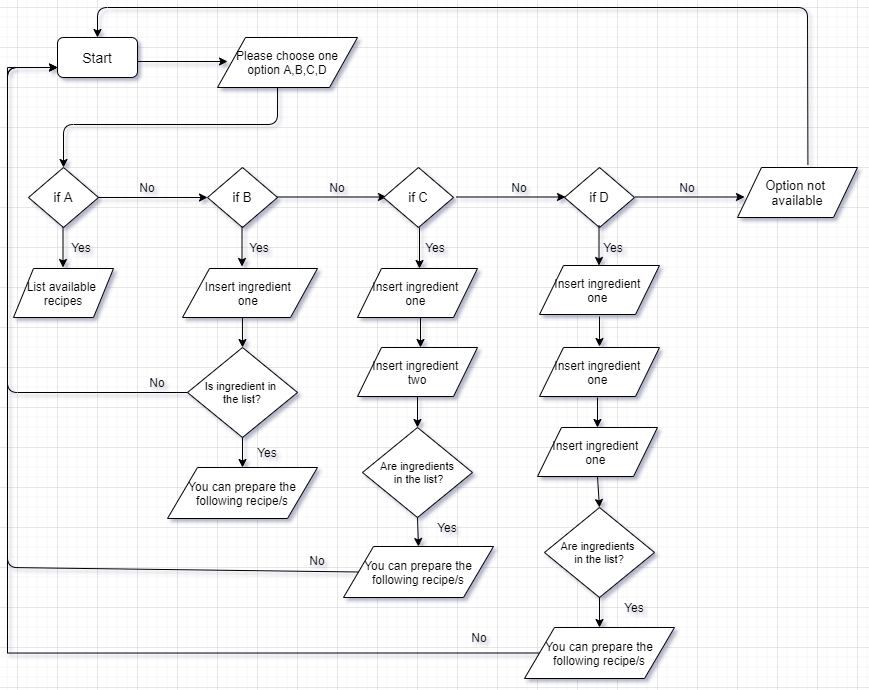
This is flowchart_recipe_cooking_app.png from LuzMarySantiago/Cooking-Recipe-App, a draw.io export, as it was before one commit. Source tidied: cells renumbered, new cells last; positions are measured from the earlier drawing's top-left corner, leaving out a move shared by most shapes.
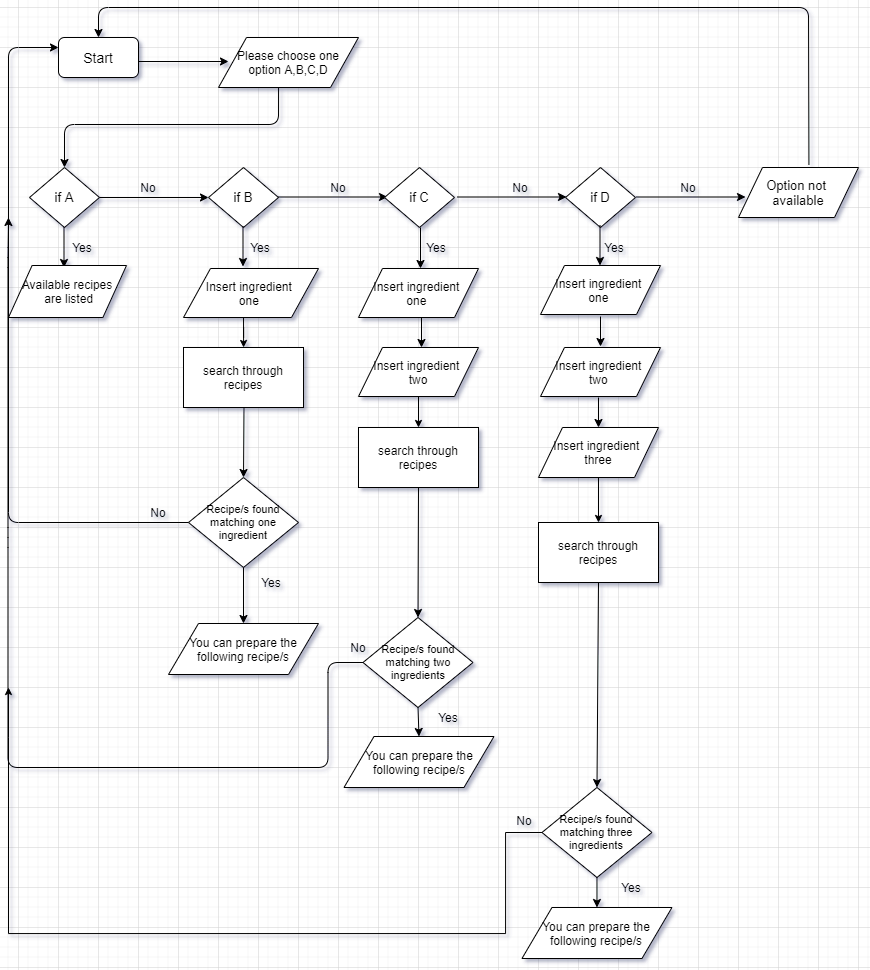
The same diagram one commit later.

Commit message:
Corrected flowchart

The edit, as a diff of the source:
```diff
@@ -31,8 +31,8 @@
         <mxPoint x="55.5" y="260" as="targetPoint" />
       </mxGeometry>
     </mxCell>
-    <mxCell id="8" value="List available &lt;br&gt;recipes" style="shape=parallelogram;perimeter=parallelogramPerimeter;whiteSpace=wrap;html=1;" parent="1" vertex="1">
-      <mxGeometry x="6" y="261" width="100" height="49" as="geometry" />
+    <mxCell id="8" value="Available recipes&lt;br&gt;&amp;nbsp;are listed" style="shape=parallelogram;perimeter=parallelogramPerimeter;whiteSpace=wrap;html=1;" parent="1" vertex="1">
+      <mxGeometry y="258" width="118" height="52" as="geometry" />
     </mxCell>
     <mxCell id="9" style="endArrow=classic;html=1;exitX=1;exitY=0.5;exitDx=0;exitDy=0;" parent="1" edge="1" source="6">
       <mxGeometry relative="1" as="geometry">
@@ -78,6 +78,11 @@
         <mxPoint x="591.5" y="258" as="targetPoint" />
       </mxGeometry>
     </mxCell>
+    <mxCell id="59" style="edgeStyle=orthogonalEdgeStyle;rounded=0;jettySize=auto;html=1;endSize=5;fontSize=13;" parent="1" edge="1" target="64">
+      <mxGeometry relative="1" as="geometry">
+        <mxPoint x="235" y="310" as="sourcePoint" />
+      </mxGeometry>
+    </mxCell>
     <mxCell id="18" value="Insert ingredient &lt;br&gt;one&amp;nbsp;" style="shape=parallelogram;perimeter=parallelogramPerimeter;whiteSpace=wrap;html=1;align=center;" parent="1" vertex="1">
       <mxGeometry x="175" y="261" width="135" height="49" as="geometry" />
     </mxCell>
@@ -99,14 +104,20 @@
     <mxCell id="24" value="No" style="text;html=1;strokeColor=none;fillColor=none;align=center;verticalAlign=middle;whiteSpace=wrap;rounded=0;fontSize=12;" parent="1" vertex="1">
       <mxGeometry x="660" y="170" width="40" height="20" as="geometry" />
     </mxCell>
+    <mxCell id="60" style="edgeStyle=orthogonalEdgeStyle;rounded=0;jettySize=auto;html=1;entryX=0.5;entryY=0;entryDx=0;entryDy=0;endSize=5;fontSize=13;" parent="1" edge="1" source="25" target="65">
+      <mxGeometry relative="1" as="geometry" />
+    </mxCell>
     <mxCell id="25" value="Insert ingredient &lt;br&gt;two" style="shape=parallelogram;perimeter=parallelogramPerimeter;whiteSpace=wrap;html=1;align=center;" parent="1" vertex="1">
       <mxGeometry x="350" y="340" width="120" height="49" as="geometry" />
     </mxCell>
-    <mxCell id="26" value="Insert ingredient &lt;br&gt;one&amp;nbsp;" style="shape=parallelogram;perimeter=parallelogramPerimeter;whiteSpace=wrap;html=1;align=center;" parent="1" vertex="1">
+    <mxCell id="26" value="Insert ingredient &lt;br&gt;two&amp;nbsp;" style="shape=parallelogram;perimeter=parallelogramPerimeter;whiteSpace=wrap;html=1;align=center;" parent="1" vertex="1">
       <mxGeometry x="532" y="340" width="120" height="49" as="geometry" />
     </mxCell>
+    <mxCell id="61" style="edgeStyle=orthogonalEdgeStyle;rounded=0;jettySize=auto;html=1;entryX=0.5;entryY=0;entryDx=0;entryDy=0;endSize=5;fontSize=13;" parent="1" edge="1" source="27" target="66">
+      <mxGeometry relative="1" as="geometry" />
+    </mxCell>
-    <mxCell id="27" value="Insert ingredient &lt;br&gt;one&amp;nbsp;" style="shape=parallelogram;perimeter=parallelogramPerimeter;whiteSpace=wrap;html=1;align=center;" parent="1" vertex="1">
-      <mxGeometry x="530" y="420" width="120" height="49" as="geometry" />
+    <mxCell id="27" value="Insert ingredient &lt;br&gt;three" style="shape=parallelogram;perimeter=parallelogramPerimeter;whiteSpace=wrap;html=1;align=center;" parent="1" vertex="1">
+      <mxGeometry x="530" y="420" width="120" height="50" as="geometry" />
     </mxCell>
     <mxCell id="28" style="endArrow=classic;html=1;fontSize=12;" parent="1" edge="1">
       <mxGeometry relative="1" as="geometry">
@@ -143,91 +154,88 @@
     <mxCell id="35" value="Yes" style="text;html=1;strokeColor=none;fillColor=none;align=center;verticalAlign=middle;whiteSpace=wrap;rounded=0;fontSize=12;" parent="1" vertex="1">
       <mxGeometry x="586" y="230" width="40" height="20" as="geometry" />
     </mxCell>
-    <mxCell id="36" value="Is ingredient in &lt;br&gt;the list?" style="rhombus;whiteSpace=wrap;html=1;fontSize=11;" parent="1" vertex="1">
-      <mxGeometry x="180" y="340" width="110" height="90" as="geometry" />
+    <mxCell id="36" value="Recipe/s found matching one ingredient" style="rhombus;whiteSpace=wrap;html=1;fontSize=11;" parent="1" vertex="1">
+      <mxGeometry x="180" y="470" width="110" height="90" as="geometry" />
     </mxCell>
-    <mxCell id="37" value="Are ingredients&lt;br&gt;&amp;nbsp;in the list?" style="rhombus;whiteSpace=wrap;html=1;fontSize=11;" parent="1" vertex="1">
-      <mxGeometry x="355" y="420" width="110" height="90" as="geometry" />
+    <mxCell id="37" value="Recipe/s found matching two ingredients" style="rhombus;whiteSpace=wrap;html=1;fontSize=11;" parent="1" vertex="1">
+      <mxGeometry x="354.5" y="610" width="110" height="90" as="geometry" />
     </mxCell>
-    <mxCell id="38" value="Are ingredients &lt;br&gt;in the list?" style="rhombus;whiteSpace=wrap;html=1;fontSize=11;" parent="1" vertex="1">
-      <mxGeometry x="537" y="500" width="110" height="90" as="geometry" />
+    <mxCell id="38" value="&lt;span&gt;Recipe/s found matching three ingredients&lt;/span&gt;" style="rhombus;whiteSpace=wrap;html=1;fontSize=11;" parent="1" vertex="1">
+      <mxGeometry x="533.5" y="780" width="110" height="90" as="geometry" />
     </mxCell>
-    <mxCell id="39" style="endArrow=classic;html=1;fontSize=11;exitX=0.444;exitY=1;exitDx=0;exitDy=0;entryX=0.5;entryY=0;entryDx=0;entryDy=0;exitPerimeter=0;" parent="1" edge="1" source="18" target="36">
-      <mxGeometry relative="1" as="geometry" />
+    <mxCell id="39" style="endArrow=classic;html=1;fontSize=11;entryX=0.5;entryY=0;entryDx=0;entryDy=0;" parent="1" edge="1" target="36">
+      <mxGeometry relative="1" as="geometry">
+        <mxPoint x="235.5" y="400" as="sourcePoint" />
+      </mxGeometry>
     </mxCell>
-    <mxCell id="40" style="endArrow=classic;html=1;fontSize=11;exitX=0.5;exitY=1;exitDx=0;exitDy=0;entryX=0.5;entryY=0;entryDx=0;entryDy=0;" parent="1" edge="1" source="25" target="37">
+    <mxCell id="40" style="endArrow=classic;html=1;fontSize=11;entryX=0.5;entryY=0;entryDx=0;entryDy=0;exitX=0.5;exitY=1;exitDx=0;exitDy=0;" parent="1" edge="1" source="65" target="37">
       <mxGeometry relative="1" as="geometry" />
     </mxCell>
-    <mxCell id="41" style="endArrow=classic;html=1;fontSize=11;exitX=0.5;exitY=1;exitDx=0;exitDy=0;entryX=0.5;entryY=0;entryDx=0;entryDy=0;" parent="1" edge="1" source="27" target="38">
+    <mxCell id="41" style="endArrow=classic;html=1;fontSize=11;entryX=0.5;entryY=0;entryDx=0;entryDy=0;exitX=0.5;exitY=1;exitDx=0;exitDy=0;" parent="1" edge="1" source="66" target="38">
       <mxGeometry relative="1" as="geometry" />
     </mxCell>
-    <mxCell id="42" style="endArrow=classic;html=1;fontSize=11;exitX=0.5;exitY=1;exitDx=0;exitDy=0;" parent="1" edge="1" source="36">
-      <mxGeometry relative="1" as="geometry">
-        <mxPoint x="235" y="460" as="targetPoint" />
-      </mxGeometry>
+    <mxCell id="42" style="endArrow=classic;html=1;fontSize=11;exitX=0.5;exitY=1;exitDx=0;exitDy=0;entryX=0.5;entryY=0;entryDx=0;entryDy=0;" parent="1" edge="1" source="36" target="43">
+      <mxGeometry relative="1" as="geometry" />
     </mxCell>
     <mxCell id="43" value="You can prepare the following recipe/s" style="shape=parallelogram;perimeter=parallelogramPerimeter;whiteSpace=wrap;html=1;align=center;" parent="1" vertex="1">
-      <mxGeometry x="160" y="460" width="150" height="51" as="geometry" />
+      <mxGeometry x="160" y="616" width="150" height="51" as="geometry" />
     </mxCell>
-    <mxCell id="44" style="endArrow=classic;html=1;fontSize=11;exitX=0;exitY=0.5;exitDx=0;exitDy=0;" parent="1" edge="1" source="36">
+    <mxCell id="44" style="endArrow=classic;html=1;fontSize=11;exitX=0;exitY=0.5;exitDx=0;exitDy=0;entryX=0;entryY=0.25;entryDx=0;entryDy=0;" parent="1" edge="1" source="36" target="2">
       <mxGeometry relative="1" as="geometry">
-        <mxPoint x="50" y="60" as="targetPoint" />
         <Array as="points">
-          <mxPoint y="385" />
-          <mxPoint y="60" />
+          <mxPoint y="515" />
+          <mxPoint y="40" />
         </Array>
       </mxGeometry>
     </mxCell>
     <mxCell id="45" value="Yes" style="text;html=1;strokeColor=none;fillColor=none;align=center;verticalAlign=middle;whiteSpace=wrap;rounded=0;fontSize=12;" parent="1" vertex="1">
-      <mxGeometry x="240" y="434.5" width="40" height="20" as="geometry" />
+      <mxGeometry x="242.5" y="564.5" width="40" height="20" as="geometry" />
     </mxCell>
     <mxCell id="46" value="No" style="text;html=1;strokeColor=none;fillColor=none;align=center;verticalAlign=middle;whiteSpace=wrap;rounded=0;fontSize=12;" parent="1" vertex="1">
-      <mxGeometry x="130" y="365" width="40" height="20" as="geometry" />
+      <mxGeometry x="130" y="495" width="40" height="20" as="geometry" />
     </mxCell>
     <mxCell id="47" value="You can prepare the following recipe/s" style="shape=parallelogram;perimeter=parallelogramPerimeter;whiteSpace=wrap;html=1;align=center;" parent="1" vertex="1">
-      <mxGeometry x="336" y="539" width="150" height="51" as="geometry" />
+      <mxGeometry x="335.5" y="729" width="150" height="51" as="geometry" />
     </mxCell>
     <mxCell id="48" style="endArrow=classic;html=1;fontSize=11;exitX=0.5;exitY=1;exitDx=0;exitDy=0;entryX=0.5;entryY=0;entryDx=0;entryDy=0;" parent="1" edge="1" source="37" target="47">
       <mxGeometry relative="1" as="geometry" />
     </mxCell>
-    <mxCell id="49" style="endArrow=classic;html=1;fontSize=11;exitX=0;exitY=0.5;exitDx=0;exitDy=0;" parent="1" edge="1" source="47">
+    <mxCell id="49" style="endArrow=classic;html=1;fontSize=11;exitX=0;exitY=0.5;exitDx=0;exitDy=0;" parent="1" edge="1" source="37">
       <mxGeometry relative="1" as="geometry">
-        <mxPoint x="50" y="60" as="targetPoint" />
+        <mxPoint y="210" as="targetPoint" />
         <Array as="points">
-          <mxPoint y="560" />
-          <mxPoint y="340" />
-          <mxPoint y="60" />
+          <mxPoint x="319.5" y="655" />
+          <mxPoint x="319.5" y="760" />
+          <mxPoint x="-0.5" y="760" />
+          <mxPoint x="-0.5" y="530" />
+          <mxPoint x="-0.5" y="250" />
         </Array>
       </mxGeometry>
     </mxCell>
-    <mxCell id="50" value="No" style="text;html=1;strokeColor=none;fillColor=none;align=center;verticalAlign=middle;whiteSpace=wrap;rounded=0;fontSize=12;" parent="1" vertex="1">
-      <mxGeometry x="290" y="543" width="40" height="20" as="geometry" />
-    </mxCell>
-    <mxCell id="51" style="edgeStyle=orthogonalEdgeStyle;rounded=0;jettySize=auto;html=1;exitX=0;exitY=0.5;exitDx=0;exitDy=0;endSize=5;fontSize=11;" parent="1" edge="1" source="52">
+    <mxCell id="51" style="edgeStyle=orthogonalEdgeStyle;rounded=0;jettySize=auto;html=1;exitX=0;exitY=0.5;exitDx=0;exitDy=0;endSize=5;fontSize=11;" parent="1" edge="1" source="38">
       <mxGeometry relative="1" as="geometry">
-        <mxPoint x="50" y="60" as="targetPoint" />
+        <mxPoint y="680" as="targetPoint" />
         <Array as="points">
-          <mxPoint y="646" />
-          <mxPoint y="60" />
+          <mxPoint x="497" y="825" />
+          <mxPoint x="497" y="926" />
+          <mxPoint y="926" />
+          <mxPoint y="730" />
         </Array>
       </mxGeometry>
     </mxCell>
     <mxCell id="52" value="You can prepare the following recipe/s" style="shape=parallelogram;perimeter=parallelogramPerimeter;whiteSpace=wrap;html=1;align=center;" parent="1" vertex="1">
-      <mxGeometry x="517" y="620" width="150" height="51" as="geometry" />
+      <mxGeometry x="513.5" y="900" width="150" height="51" as="geometry" />
     </mxCell>
     <mxCell id="53" style="endArrow=classic;html=1;fontSize=11;exitX=0.5;exitY=1;exitDx=0;exitDy=0;" parent="1" edge="1" source="38">
       <mxGeometry relative="1" as="geometry">
-        <mxPoint x="592" y="620" as="targetPoint" />
+        <mxPoint x="588.5" y="900" as="targetPoint" />
       </mxGeometry>
     </mxCell>
-    <mxCell id="54" value="No" style="text;html=1;strokeColor=none;fillColor=none;align=center;verticalAlign=middle;whiteSpace=wrap;rounded=0;fontSize=12;" parent="1" vertex="1">
-      <mxGeometry x="452" y="620" width="40" height="20" as="geometry" />
-    </mxCell>
     <mxCell id="55" value="Yes" style="text;html=1;strokeColor=none;fillColor=none;align=center;verticalAlign=middle;whiteSpace=wrap;rounded=0;fontSize=12;" parent="1" vertex="1">
-      <mxGeometry x="420" y="510" width="40" height="20" as="geometry" />
+      <mxGeometry x="419.5" y="700" width="40" height="20" as="geometry" />
     </mxCell>
     <mxCell id="56" value="Yes" style="text;html=1;strokeColor=none;fillColor=none;align=center;verticalAlign=middle;whiteSpace=wrap;rounded=0;fontSize=12;" parent="1" vertex="1">
-      <mxGeometry x="607" y="590" width="40" height="20" as="geometry" />
+      <mxGeometry x="603.5" y="870" width="40" height="20" as="geometry" />
     </mxCell>
     <mxCell id="57" value="Option not &lt;br&gt;available" style="shape=parallelogram;perimeter=parallelogramPerimeter;whiteSpace=wrap;html=1;fontSize=13;" parent="1" vertex="1">
       <mxGeometry x="730" y="160" width="120" height="50" as="geometry" />
@@ -240,5 +248,20 @@
         </Array>
       </mxGeometry>
     </mxCell>
+    <mxCell id="62" value="No" style="text;html=1;strokeColor=none;fillColor=none;align=center;verticalAlign=middle;whiteSpace=wrap;rounded=0;fontSize=12;" parent="1" vertex="1">
+      <mxGeometry x="496.5" y="803" width="40" height="20" as="geometry" />
+    </mxCell>
+    <mxCell id="63" value="No" style="text;html=1;strokeColor=none;fillColor=none;align=center;verticalAlign=middle;whiteSpace=wrap;rounded=0;fontSize=12;" parent="1" vertex="1">
+      <mxGeometry x="329.5" y="630" width="40" height="20" as="geometry" />
+    </mxCell>
+    <mxCell id="64" value="search through recipes" style="rounded=0;whiteSpace=wrap;html=1;fontSize=12;" parent="1" vertex="1">
+      <mxGeometry x="175" y="340" width="120" height="60" as="geometry" />
+    </mxCell>
+    <mxCell id="65" value="search through recipes" style="rounded=0;whiteSpace=wrap;html=1;fontSize=12;" parent="1" vertex="1">
+      <mxGeometry x="350" y="420" width="120" height="60" as="geometry" />
+    </mxCell>
+    <mxCell id="66" value="search through recipes" style="rounded=0;whiteSpace=wrap;html=1;fontSize=12;" parent="1" vertex="1">
+      <mxGeometry x="530" y="515" width="120" height="60" as="geometry" />
+    </mxCell>
   </root>
 </mxGraphModel>
```
